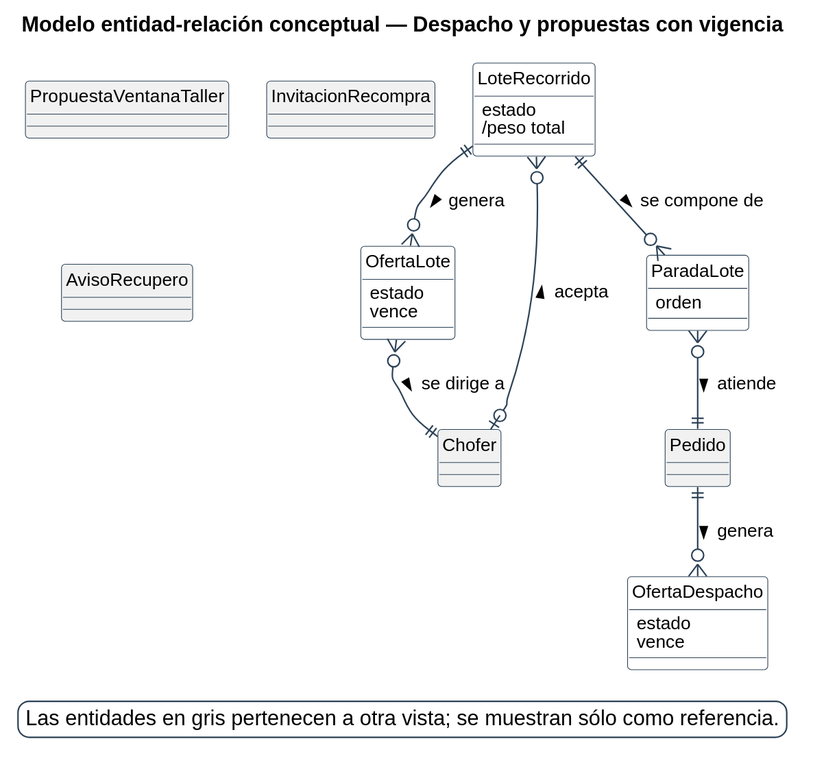
The PlantUML diagram diagramas/base-de-datos/conceptual/SPLG-der-03-despacho-y-propuestas-con-vigencia.svg in Nahuelito-Dev/splg-docs, before a commit.
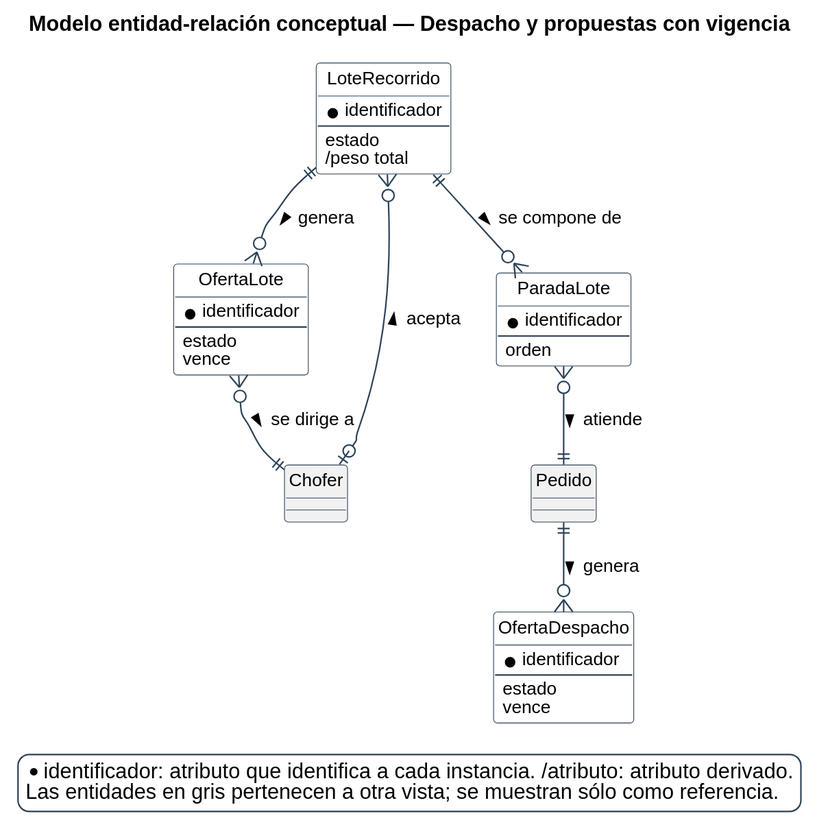
The same file after the commit.

The edit, as a diff of the source:
```diff
@@ -29,25 +29,27 @@
 skinparam ranksep 45
 
 entity OfertaDespacho {
+  * identificador
+  --
   {field} estado
   {field} vence
 }
 entity OfertaLote {
+  * identificador
+  --
   {field} estado
   {field} vence
 }
 entity LoteRecorrido {
+  * identificador
+  --
   {field} estado
   {field} /peso total
 }
 entity ParadaLote {
+  * identificador
+  --
   {field} orden
-}
-entity PropuestaVentanaTaller #F1F1F1 {
-}
-entity InvitacionRecompra #F1F1F1 {
-}
-entity AvisoRecupero #F1F1F1 {
 }
 entity Pedido #F1F1F1 {
 }
@@ -62,6 +64,7 @@
 ParadaLote }o--|| Pedido : atiende >
 
 legend bottom right
+  * identificador: atributo que identifica a cada instancia.  /atributo: atributo derivado.
   Las entidades en gris pertenecen a otra vista; se muestran sólo como referencia.
 endlegend
 @enduml
```
